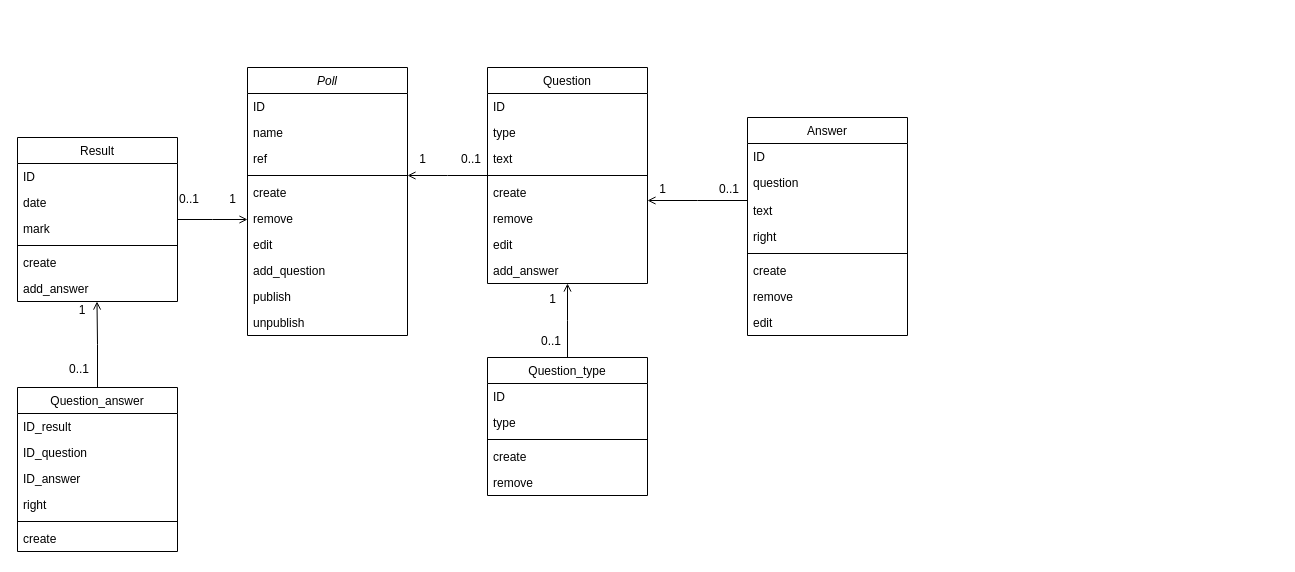
Above: diagrams/Диаграмма классов.drawio in alisiya89/DisTest (draw.io), before the change. Source tidied: cells renumbered, new cells numbered last; positions are measured from the earlier drawing's top-left corner, leaving out a move shared by most shapes. Both pictures are drawn from the tidied source at 100%, with x=0, y=0 at pixel (17, 67).
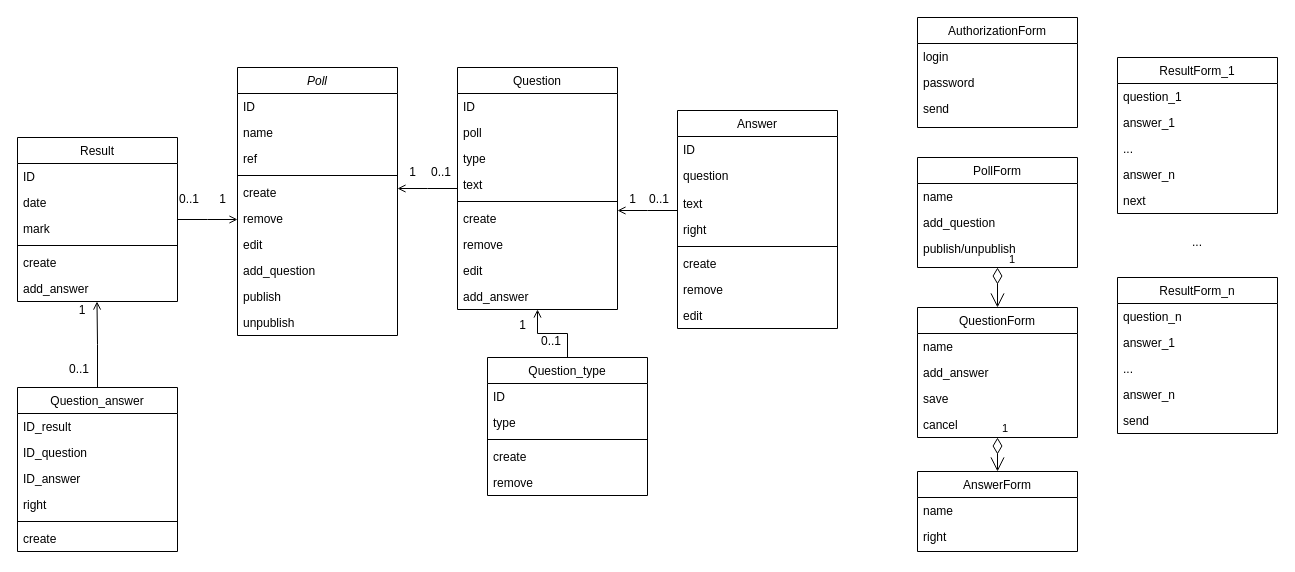
Above is the later version.

Diff of the diagram source:
```diff
@@
     <mxCell id="2" value="Poll" style="swimlane;fontStyle=2;align=center;verticalAlign=top;horizontal=1;startSize=26;rounded=0;shadow=0;strokeWidth=1;" parent="1" vertex="1">
-      <mxGeometry x="230" width="160" height="268" as="geometry" />
+      <mxGeometry x="220" width="160" height="268" as="geometry" />
     </mxCell>
@@
     <mxCell id="13" value="Answer" style="swimlane;fontStyle=0;align=center;verticalAlign=top;horizontal=1;startSize=26;rounded=0;shadow=0;strokeWidth=1;" parent="1" vertex="1">
-      <mxGeometry x="730" y="50" width="160" height="218" as="geometry" />
+      <mxGeometry x="660" y="43" width="160" height="218" as="geometry" />
     </mxCell>
@@
     <mxCell id="28" value="Question" style="swimlane;fontStyle=0;align=center;verticalAlign=top;horizontal=1;startSize=26;rounded=0;shadow=0;strokeWidth=1;" parent="1" vertex="1">
-      <mxGeometry x="470" width="160" height="216" as="geometry" />
+      <mxGeometry x="440" width="160" height="242" as="geometry" />
     </mxCell>
@@
+    <mxCell id="66" value="poll" style="text;align=left;verticalAlign=top;spacingLeft=4;spacingRight=4;overflow=hidden;" parent="28" vertex="1">
+      <mxGeometry y="52" width="160" height="26" as="geometry" />
+    </mxCell>
     <mxCell id="30" value="type" style="text;align=left;verticalAlign=top;spacingLeft=4;spacingRight=4;overflow=hidden;rounded=0;shadow=0;html=0;" parent="28" vertex="1">
-      <mxGeometry y="52" width="160" height="26" as="geometry" />
+      <mxGeometry y="78" width="160" height="26" as="geometry" />
     </mxCell>
     <mxCell id="31" value="text" style="text;align=left;verticalAlign=top;spacingLeft=4;spacingRight=4;overflow=hidden;rounded=0;shadow=0;html=0;" parent="28" vertex="1">
-      <mxGeometry y="78" width="160" height="26" as="geometry" />
+      <mxGeometry y="104" width="160" height="26" as="geometry" />
     </mxCell>
     <mxCell id="32" style="line;html=1;strokeWidth=1;align=left;verticalAlign=middle;spacingTop=-1;spacingLeft=3;spacingRight=3;labelPosition=right;" parent="28" vertex="1">
-      <mxGeometry y="104" width="160" height="8" as="geometry" />
+      <mxGeometry y="130" width="160" height="8" as="geometry" />
     </mxCell>
     <mxCell id="33" value="create" style="text;align=left;verticalAlign=top;spacingLeft=4;spacingRight=4;overflow=hidden;" parent="28" vertex="1">
-      <mxGeometry y="112" width="160" height="26" as="geometry" />
+      <mxGeometry y="138" width="160" height="26" as="geometry" />
     </mxCell>
     <mxCell id="34" value="remove" style="text;align=left;verticalAlign=top;spacingLeft=4;spacingRight=4;overflow=hidden;" parent="28" vertex="1">
-      <mxGeometry y="138" width="160" height="26" as="geometry" />
+      <mxGeometry y="164" width="160" height="26" as="geometry" />
     </mxCell>
     <mxCell id="35" value="edit" style="text;align=left;verticalAlign=top;spacingLeft=4;spacingRight=4;overflow=hidden;" parent="28" vertex="1">
-      <mxGeometry y="164" width="160" height="26" as="geometry" />
+      <mxGeometry y="190" width="160" height="26" as="geometry" />
     </mxCell>
     <mxCell id="36" value="add_answer" style="text;align=left;verticalAlign=top;spacingLeft=4;spacingRight=4;overflow=hidden;" parent="28" vertex="1">
-      <mxGeometry y="190" width="160" height="26" as="geometry" />
+      <mxGeometry y="216" width="160" height="26" as="geometry" />
     </mxCell>
@@
+    <mxCell id="67" value="AuthorizationForm" style="swimlane;fontStyle=0;align=center;verticalAlign=top;horizontal=1;startSize=26;rounded=0;shadow=0;strokeWidth=1;" parent="1" vertex="1">
+      <mxGeometry x="900" y="-50" width="160" height="110" as="geometry" />
+    </mxCell>
+    <mxCell id="68" value="login" style="text;align=left;verticalAlign=top;spacingLeft=4;spacingRight=4;overflow=hidden;" parent="67" vertex="1">
+      <mxGeometry y="26" width="160" height="26" as="geometry" />
+    </mxCell>
+    <mxCell id="69" value="password" style="text;align=left;verticalAlign=top;spacingLeft=4;spacingRight=4;overflow=hidden;rounded=0;shadow=0;html=0;" parent="67" vertex="1">
+      <mxGeometry y="52" width="160" height="26" as="geometry" />
+    </mxCell>
+    <mxCell id="70" value="send" style="text;align=left;verticalAlign=top;spacingLeft=4;spacingRight=4;overflow=hidden;rounded=0;shadow=0;html=0;" parent="67" vertex="1">
+      <mxGeometry y="78" width="160" height="26" as="geometry" />
+    </mxCell>
+    <mxCell id="71" value="PollForm" style="swimlane;fontStyle=0;align=center;verticalAlign=top;horizontal=1;startSize=26;rounded=0;shadow=0;strokeWidth=1;" parent="1" vertex="1">
+      <mxGeometry x="900" y="90" width="160" height="110" as="geometry" />
+    </mxCell>
+    <mxCell id="72" value="name" style="text;align=left;verticalAlign=top;spacingLeft=4;spacingRight=4;overflow=hidden;" parent="71" vertex="1">
+      <mxGeometry y="26" width="160" height="26" as="geometry" />
+    </mxCell>
+    <mxCell id="73" value="add_question" style="text;align=left;verticalAlign=top;spacingLeft=4;spacingRight=4;overflow=hidden;rounded=0;shadow=0;html=0;" parent="71" vertex="1">
+      <mxGeometry y="52" width="160" height="26" as="geometry" />
+    </mxCell>
+    <mxCell id="74" value="publish/unpublish" style="text;align=left;verticalAlign=top;spacingLeft=4;spacingRight=4;overflow=hidden;rounded=0;shadow=0;html=0;" parent="71" vertex="1">
+      <mxGeometry y="78" width="160" height="26" as="geometry" />
+    </mxCell>
+    <mxCell id="75" value="QuestionForm" style="swimlane;fontStyle=0;align=center;verticalAlign=top;horizontal=1;startSize=26;rounded=0;shadow=0;strokeWidth=1;" parent="1" vertex="1">
+      <mxGeometry x="900" y="240" width="160" height="130" as="geometry" />
+    </mxCell>
+    <mxCell id="76" value="name" style="text;align=left;verticalAlign=top;spacingLeft=4;spacingRight=4;overflow=hidden;" parent="75" vertex="1">
+      <mxGeometry y="26" width="160" height="26" as="geometry" />
+    </mxCell>
+    <mxCell id="77" value="add_answer" style="text;align=left;verticalAlign=top;spacingLeft=4;spacingRight=4;overflow=hidden;rounded=0;shadow=0;html=0;" parent="75" vertex="1">
+      <mxGeometry y="52" width="160" height="26" as="geometry" />
+    </mxCell>
+    <mxCell id="78" value="save" style="text;align=left;verticalAlign=top;spacingLeft=4;spacingRight=4;overflow=hidden;rounded=0;shadow=0;html=0;" parent="75" vertex="1">
+      <mxGeometry y="78" width="160" height="26" as="geometry" />
+    </mxCell>
+    <mxCell id="79" value="cancel" style="text;align=left;verticalAlign=top;spacingLeft=4;spacingRight=4;overflow=hidden;rounded=0;shadow=0;html=0;" parent="75" vertex="1">
+      <mxGeometry y="104" width="160" height="26" as="geometry" />
+    </mxCell>
+    <mxCell id="80" value="AnswerForm" style="swimlane;fontStyle=0;align=center;verticalAlign=top;horizontal=1;startSize=26;rounded=0;shadow=0;strokeWidth=1;" parent="1" vertex="1">
+      <mxGeometry x="900" y="404" width="160" height="80" as="geometry" />
+    </mxCell>
+    <mxCell id="81" value="name" style="text;align=left;verticalAlign=top;spacingLeft=4;spacingRight=4;overflow=hidden;" parent="80" vertex="1">
+      <mxGeometry y="26" width="160" height="26" as="geometry" />
+    </mxCell>
+    <mxCell id="82" value="right" style="text;align=left;verticalAlign=top;spacingLeft=4;spacingRight=4;overflow=hidden;rounded=0;shadow=0;html=0;" parent="80" vertex="1">
+      <mxGeometry y="52" width="160" height="26" as="geometry" />
+    </mxCell>
+    <mxCell id="83" value="1" style="endArrow=open;html=1;endSize=12;startArrow=diamondThin;startSize=14;startFill=0;edgeStyle=orthogonalEdgeStyle;align=left;verticalAlign=bottom;rounded=0;" parent="1" edge="1" source="71" target="75">
+      <mxGeometry x="-0.96" y="10" relative="1" as="geometry" />
+    </mxCell>
+    <mxCell id="84" value="1" style="endArrow=open;html=1;endSize=12;startArrow=diamondThin;startSize=14;startFill=0;edgeStyle=orthogonalEdgeStyle;align=left;verticalAlign=bottom;rounded=0;" parent="1" edge="1" source="75" target="80">
+      <mxGeometry x="-1" y="3" relative="1" as="geometry" />
+    </mxCell>
+    <mxCell id="85" value="ResultForm_1" style="swimlane;fontStyle=0;align=center;verticalAlign=top;horizontal=1;startSize=26;rounded=0;shadow=0;strokeWidth=1;" parent="1" vertex="1">
+      <mxGeometry x="1100" y="-10" width="160" height="156" as="geometry" />
+    </mxCell>
+    <mxCell id="86" value="question_1" style="text;align=left;verticalAlign=top;spacingLeft=4;spacingRight=4;overflow=hidden;rounded=0;shadow=0;html=0;" parent="85" vertex="1">
+      <mxGeometry y="26" width="160" height="26" as="geometry" />
+    </mxCell>
+    <mxCell id="87" value="answer_1" style="text;align=left;verticalAlign=top;spacingLeft=4;spacingRight=4;overflow=hidden;rounded=0;shadow=0;html=0;" parent="85" vertex="1">
+      <mxGeometry y="52" width="160" height="26" as="geometry" />
+    </mxCell>
+    <mxCell id="88" value="..." style="text;align=left;verticalAlign=top;spacingLeft=4;spacingRight=4;overflow=hidden;rounded=0;shadow=0;html=0;" parent="85" vertex="1">
+      <mxGeometry y="78" width="160" height="26" as="geometry" />
+    </mxCell>
+    <mxCell id="89" value="answer_n" style="text;align=left;verticalAlign=top;spacingLeft=4;spacingRight=4;overflow=hidden;rounded=0;shadow=0;html=0;" parent="85" vertex="1">
+      <mxGeometry y="104" width="160" height="26" as="geometry" />
+    </mxCell>
+    <mxCell id="90" value="next" style="text;align=left;verticalAlign=top;spacingLeft=4;spacingRight=4;overflow=hidden;rounded=0;shadow=0;html=0;" parent="85" vertex="1">
+      <mxGeometry y="130" width="160" height="26" as="geometry" />
+    </mxCell>
+    <mxCell id="91" value="ResultForm_n" style="swimlane;fontStyle=0;align=center;verticalAlign=top;horizontal=1;startSize=26;rounded=0;shadow=0;strokeWidth=1;" parent="1" vertex="1">
+      <mxGeometry x="1100" y="210" width="160" height="156" as="geometry" />
+    </mxCell>
+    <mxCell id="92" value="question_n" style="text;align=left;verticalAlign=top;spacingLeft=4;spacingRight=4;overflow=hidden;rounded=0;shadow=0;html=0;" parent="91" vertex="1">
+      <mxGeometry y="26" width="160" height="26" as="geometry" />
+    </mxCell>
+    <mxCell id="93" value="answer_1" style="text;align=left;verticalAlign=top;spacingLeft=4;spacingRight=4;overflow=hidden;rounded=0;shadow=0;html=0;" parent="91" vertex="1">
+      <mxGeometry y="52" width="160" height="26" as="geometry" />
+    </mxCell>
+    <mxCell id="94" value="..." style="text;align=left;verticalAlign=top;spacingLeft=4;spacingRight=4;overflow=hidden;rounded=0;shadow=0;html=0;" parent="91" vertex="1">
+      <mxGeometry y="78" width="160" height="26" as="geometry" />
+    </mxCell>
+    <mxCell id="95" value="answer_n" style="text;align=left;verticalAlign=top;spacingLeft=4;spacingRight=4;overflow=hidden;rounded=0;shadow=0;html=0;" parent="91" vertex="1">
+      <mxGeometry y="104" width="160" height="26" as="geometry" />
+    </mxCell>
+    <mxCell id="96" value="send" style="text;align=left;verticalAlign=top;spacingLeft=4;spacingRight=4;overflow=hidden;rounded=0;shadow=0;html=0;" parent="91" vertex="1">
+      <mxGeometry y="130" width="160" height="26" as="geometry" />
+    </mxCell>
+    <mxCell id="97" value="..." style="text;html=1;strokeColor=none;fillColor=none;align=center;verticalAlign=middle;whiteSpace=wrap;rounded=0;" parent="1" vertex="1">
+      <mxGeometry x="1150" y="160" width="60" height="30" as="geometry" />
+    </mxCell>
```
